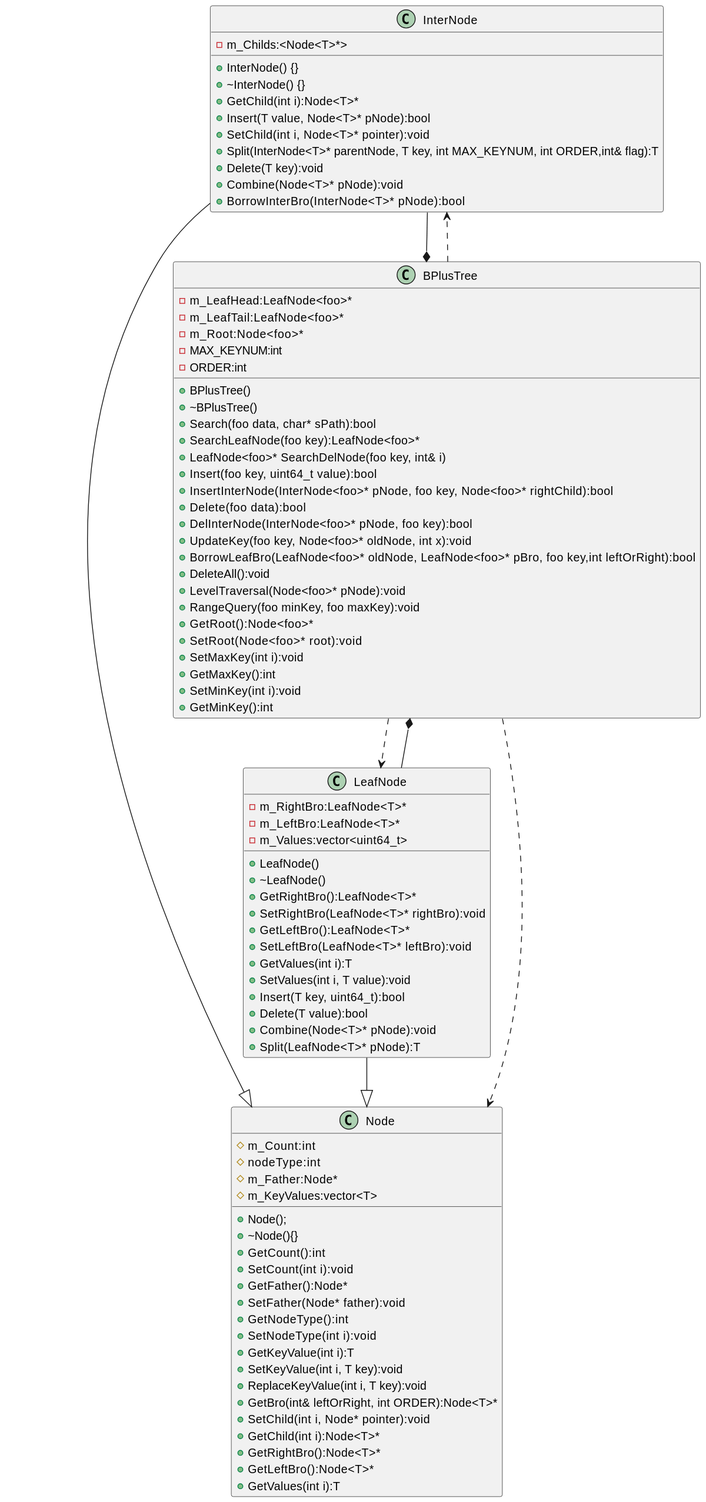
whyeinstein/BPlusTree keeps this PlantUML diagram as docs/diagrams/out/BPlusTree Class Diagram.svg. Above is the earlier version. Its diagram source:
```plantuml
@startuml BPlusTree Class Diagram
class Node {
  #m_Count:int
  #nodeType:int
  #m_Father:Node*
  #m_KeyValues:vector<T>
  +Node();
  +~Node(){}
  +GetCount():int
  +SetCount(int i):void
  +GetFather():Node*
  +SetFather(Node* father):void
  +GetNodeType():int
  +SetNodeType(int i):void
  +GetKeyValue(int i):T
  +SetKeyValue(int i, T key):void
  +ReplaceKeyValue(int i, T key):void
  +GetBro(int& leftOrRight, int ORDER):Node<T>*
  +SetChild(int i, Node* pointer):void
  +GetChild(int i):Node<T>*
  +GetRightBro():Node<T>*
  +GetLeftBro():Node<T>*
  +GetValues(int i):T
}

class InterNode{
  -m_Childs:<Node<T>*>
  +InterNode() {}
  +~InterNode() {}
  +GetChild(int i):Node<T>*
  +Insert(T value, Node<T>* pNode):bool
  +SetChild(int i, Node<T>* pointer):void
  +Split(InterNode<T>* parentNode, T key, int MAX_KEYNUM, int ORDER,int& flag):T
  +Delete(T key):void
  +Combine(Node<T>* pNode):void
  +BorrowInterBro(InterNode<T>* pNode):bool
}

class LeafNode {
  -m_RightBro:LeafNode<T>*
  -m_LeftBro:LeafNode<T>*
  -m_Values:vector<uint64_t>
  +LeafNode()
  +~LeafNode()
  +GetRightBro():LeafNode<T>*
  +SetRightBro(LeafNode<T>* rightBro):void
  +GetLeftBro():LeafNode<T>*
  +SetLeftBro(LeafNode<T>* leftBro):void
  +GetValues(int i):T
  +SetValues(int i, T value):void
  +Insert(T key, uint64_t):bool
  +Delete(T value):bool
  +Combine(Node<T>* pNode):void
  +Split(LeafNode<T>* pNode):T
}

class BPlusTree{
  -m_LeafHead:LeafNode<foo>*
  -m_LeafTail:LeafNode<foo>*
  -m_Root:Node<foo>*
  -MAX_KEYNUM:int
  -ORDER:int
  +BPlusTree()
  +~BPlusTree()
  +Search(foo data, char* sPath):bool
  +SearchLeafNode(foo key):LeafNode<foo>*
  +LeafNode<foo>* SearchDelNode(foo key, int& i)
  +Insert(foo key, uint64_t value):bool
  +InsertInterNode(InterNode<foo>* pNode, foo key, Node<foo>* rightChild):bool
  +Delete(foo data):bool
  +DelInterNode(InterNode<foo>* pNode, foo key):bool
  +UpdateKey(foo key, Node<foo>* oldNode, int x):void
  +BorrowLeafBro(LeafNode<foo>* oldNode, LeafNode<foo>* pBro, foo key,int leftOrRight):bool
  +DeleteAll():void
  +LevelTraversal(Node<foo>* pNode):void
  +RangeQuery(foo minKey, foo maxKey):void
  +GetRoot():Node<foo>*
  +SetRoot(Node<foo>* root):void
  +SetMaxKey(int i):void
  +GetMaxKey():int
  +SetMinKey(int i):void
  +GetMinKey():int
}

 LeafNode --* BPlusTree
 InterNode --* BPlusTree
 LeafNode--|>Node
 InterNode--|>Node
 BPlusTree..>InterNode
 BPlusTree..>LeafNode
 BPlusTree..>Node

@enduml
```
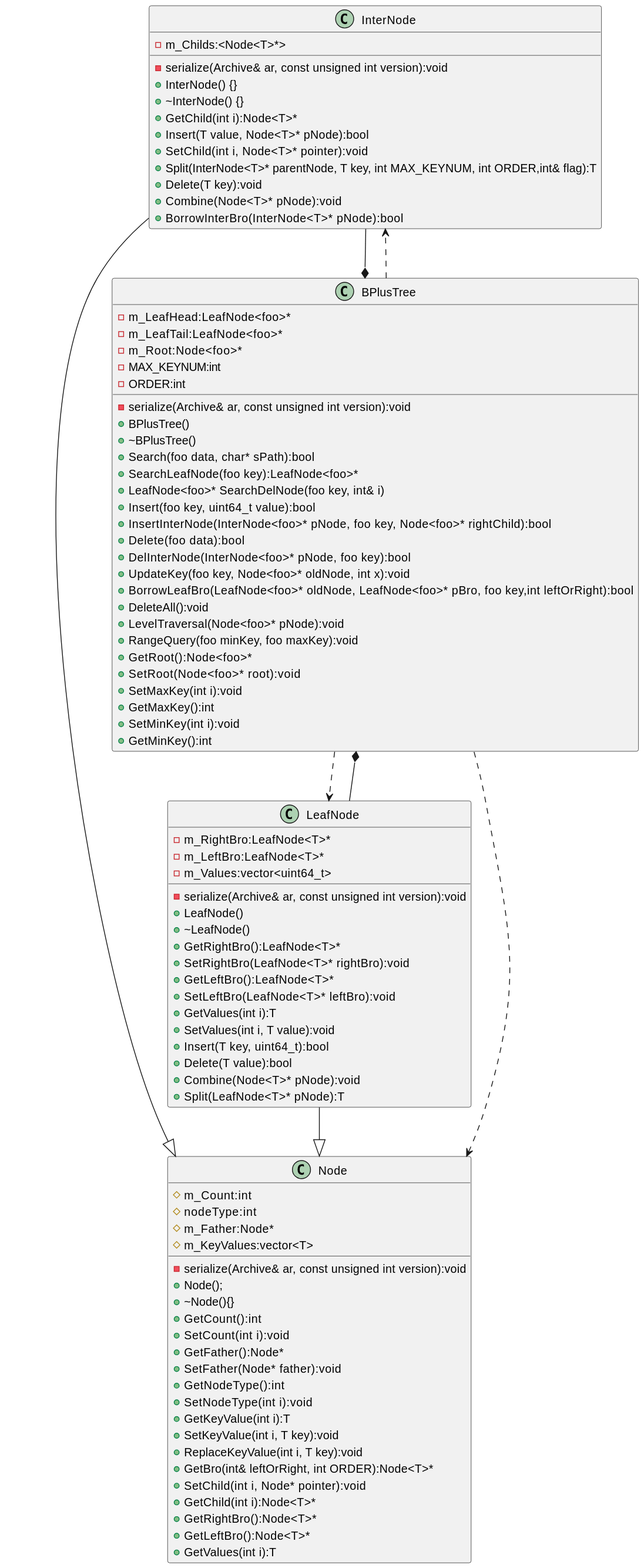
After the commit.

The edit, as a diff of the source:
```diff
@@ -1,5 +1,6 @@
 @startuml BPlusTree Class Diagram
 class Node {
+  -serialize(Archive& ar, const unsigned int version):void
   #m_Count:int
   #nodeType:int
   #m_Father:Node*
@@ -25,6 +26,7 @@
 
 class InterNode{
   -m_Childs:<Node<T>*>
+  -serialize(Archive& ar, const unsigned int version):void
   +InterNode() {}
   +~InterNode() {}
   +GetChild(int i):Node<T>*
@@ -40,6 +42,7 @@
   -m_RightBro:LeafNode<T>*
   -m_LeftBro:LeafNode<T>*
   -m_Values:vector<uint64_t>
+  -serialize(Archive& ar, const unsigned int version):void
   +LeafNode()
   +~LeafNode()
   +GetRightBro():LeafNode<T>*
@@ -60,6 +63,7 @@
   -m_Root:Node<foo>*
   -MAX_KEYNUM:int
   -ORDER:int
+  -serialize(Archive& ar, const unsigned int version):void
   +BPlusTree()
   +~BPlusTree()
   +Search(foo data, char* sPath):bool
```
